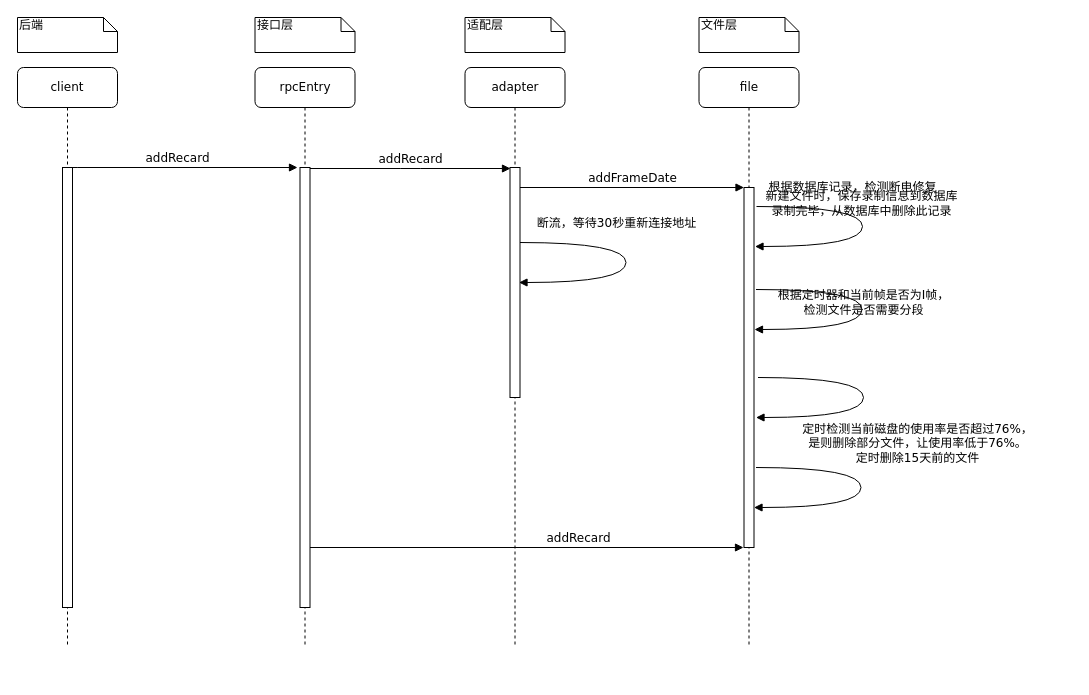
This is lookUpLessonSequenceDiagram.drawio from huangPeiLc/drawio, a draw.io file, before an edit. Source tidied: cells renumbered, new cells numbered last; positions are measured from the earlier drawing's top-left corner, leaving out a move shared by most shapes. Both pictures are drawn from the tidied source at 100%, with x=0, y=0 at pixel (17, 17).
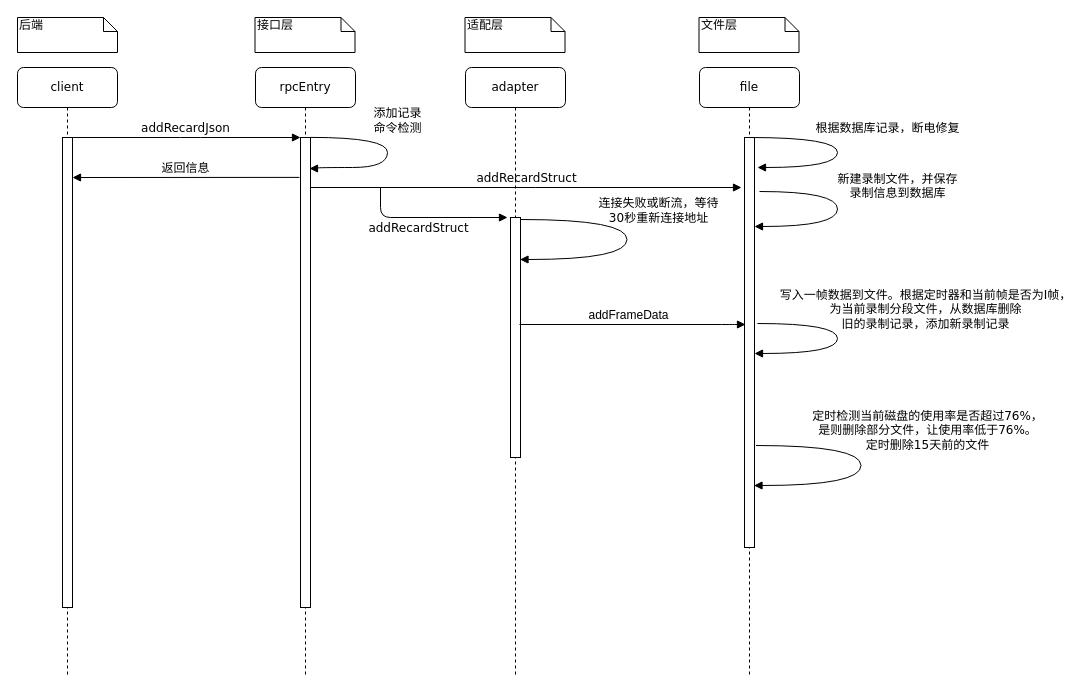
After the change.

What changed in the source:
```diff
@@
     <mxCell id="2" value="adapter" style="shape=umlLifeline;perimeter=lifelinePerimeter;whiteSpace=wrap;html=1;rounded=1;shadow=0;comic=0;labelBackgroundColor=none;strokeColor=#000000;strokeWidth=1;fillColor=#FFFFFF;fontFamily=Verdana;fontSize=12;fontColor=#000000;align=center;" parent="1" vertex="1">
-      <mxGeometry x="447.5" y="50" width="100" height="580" as="geometry" />
+      <mxGeometry x="448" y="50" width="100" height="610" as="geometry" />
     </mxCell>
     <mxCell id="3" style="html=1;points=[];perimeter=orthogonalPerimeter;rounded=0;shadow=0;comic=0;labelBackgroundColor=none;strokeColor=#000000;strokeWidth=1;fillColor=#FFFFFF;fontFamily=Verdana;fontSize=12;fontColor=#000000;align=center;" parent="2" vertex="1">
-      <mxGeometry x="45" y="100" width="10" height="230" as="geometry" />
+      <mxGeometry x="45" y="150" width="10" height="240" as="geometry" />
     </mxCell>
     <mxCell id="4" value="file" style="shape=umlLifeline;perimeter=lifelinePerimeter;whiteSpace=wrap;html=1;rounded=1;shadow=0;comic=0;labelBackgroundColor=none;strokeColor=#000000;strokeWidth=1;fillColor=#FFFFFF;fontFamily=Verdana;fontSize=12;fontColor=#000000;align=center;" parent="1" vertex="1">
-      <mxGeometry x="681.5" y="50" width="100" height="580" as="geometry" />
+      <mxGeometry x="682" y="50" width="100" height="610" as="geometry" />
     </mxCell>
     <mxCell id="5" style="html=1;points=[];perimeter=orthogonalPerimeter;rounded=0;shadow=0;comic=0;labelBackgroundColor=none;strokeColor=#000000;strokeWidth=1;fillColor=#FFFFFF;fontFamily=Verdana;fontSize=12;fontColor=#000000;align=center;" parent="4" vertex="1">
-      <mxGeometry x="45" y="120" width="10" height="360" as="geometry" />
+      <mxGeometry x="45" y="70" width="10" height="410" as="geometry" />
     </mxCell>
+    <mxCell id="19" value="&lt;div&gt;新建录制文件，并保存&lt;/div&gt;&lt;div&gt;录制信息到数据库&lt;/div&gt;&lt;div&gt;&lt;br&gt;&lt;/div&gt;" style="html=1;verticalAlign=bottom;endArrow=block;labelBackgroundColor=none;fontFamily=Verdana;fontSize=12;elbow=vertical;edgeStyle=orthogonalEdgeStyle;curved=1;exitX=1.5;exitY=0.11;exitDx=0;exitDy=0;exitPerimeter=0;" parent="4" edge="1">
+      <mxGeometry x="0.15" y="-61" relative="1" as="geometry">
+        <mxPoint x="60" y="124" as="sourcePoint" />
+        <mxPoint x="55" y="159" as="targetPoint" />
+        <Array as="points">
+          <mxPoint x="138" y="124" />
+          <mxPoint x="138" y="159" />
+        </Array>
+        <mxPoint x="60" y="52" as="offset" />
+      </mxGeometry>
+    </mxCell>
     <mxCell id="6" value="rpcEntry" style="shape=umlLifeline;perimeter=lifelinePerimeter;whiteSpace=wrap;html=1;rounded=1;shadow=0;comic=0;labelBackgroundColor=none;strokeColor=#000000;strokeWidth=1;fillColor=#FFFFFF;fontFamily=Verdana;fontSize=12;fontColor=#000000;align=center;" parent="1" vertex="1">
-      <mxGeometry x="237.5" y="50" width="100" height="580" as="geometry" />
+      <mxGeometry x="238" y="50" width="100" height="610" as="geometry" />
     </mxCell>
     <mxCell id="7" style="html=1;perimeter=orthogonalPerimeter;rounded=0;shadow=0;comic=0;labelBackgroundColor=none;strokeColor=#000000;strokeWidth=1;fillColor=#FFFFFF;fontFamily=Verdana;fontSize=12;fontColor=#000000;align=center;" parent="6" vertex="1">
-      <mxGeometry x="45" y="100" width="10" height="440" as="geometry" />
+      <mxGeometry x="45" y="70" width="10" height="470" as="geometry" />
     </mxCell>
-    <mxCell id="8" value="addRecard" style="html=1;verticalAlign=bottom;endArrow=block;labelBackgroundColor=none;fontFamily=Verdana;fontSize=12;entryX=-0.05;entryY=0.667;entryDx=0;entryDy=0;entryPerimeter=0;" parent="1" edge="1">
-      <mxGeometry x="0.23" relative="1" as="geometry">
-        <mxPoint x="292.5" y="530" as="sourcePoint" />
-        <mxPoint x="726" y="530" as="targetPoint" />
-        <mxPoint x="1" as="offset" />
-      </mxGeometry>
-    </mxCell>
-    <mxCell id="9" value="addRecard" style="html=1;verticalAlign=bottom;endArrow=block;entryX=0;entryY=0;labelBackgroundColor=none;fontFamily=Verdana;fontSize=12;edgeStyle=elbowEdgeStyle;elbow=vertical;" parent="1" edge="1">
+    <mxCell id="9" value="addRecardStruct" style="html=1;verticalAlign=bottom;endArrow=block;labelBackgroundColor=none;fontFamily=Verdana;fontSize=12;edgeStyle=elbowEdgeStyle;elbow=vertical;entryX=-0.25;entryY=0.149;entryDx=0;entryDy=0;entryPerimeter=0;" parent="1" edge="1">
       <mxGeometry relative="1" as="geometry">
-        <mxPoint x="292.5" y="151" as="sourcePoint" />
-        <mxPoint x="493" y="151" as="targetPoint" />
+        <mxPoint x="292.5" y="170" as="sourcePoint" />
+        <mxPoint x="724" y="170" as="targetPoint" />
       </mxGeometry>
     </mxCell>
-    <mxCell id="10" value="addFrameDate" style="html=1;verticalAlign=bottom;endArrow=block;entryX=0;entryY=0;labelBackgroundColor=none;fontFamily=Verdana;fontSize=12;edgeStyle=elbowEdgeStyle;elbow=vertical;" parent="1" edge="1" source="3" target="5">
-      <mxGeometry relative="1" as="geometry" />
-    </mxCell>
@@
     <mxCell id="14" value="client" style="shape=umlLifeline;perimeter=lifelinePerimeter;whiteSpace=wrap;html=1;rounded=1;shadow=0;comic=0;labelBackgroundColor=none;strokeColor=#000000;strokeWidth=1;fillColor=#FFFFFF;fontFamily=Verdana;fontSize=12;fontColor=#000000;align=center;" parent="1" vertex="1">
-      <mxGeometry y="50" width="100" height="580" as="geometry" />
+      <mxGeometry y="50" width="100" height="610" as="geometry" />
     </mxCell>
     <mxCell id="15" style="html=1;points=[];perimeter=orthogonalPerimeter;rounded=0;shadow=0;comic=0;labelBackgroundColor=none;strokeColor=#000000;strokeWidth=1;fillColor=#FFFFFF;fontFamily=Verdana;fontSize=12;fontColor=#000000;align=center;" parent="14" vertex="1">
-      <mxGeometry x="45" y="100" width="10" height="440" as="geometry" />
+      <mxGeometry x="45" y="70" width="10" height="470" as="geometry" />
     </mxCell>
@@
-    <mxCell id="17" value="addRecard" style="html=1;verticalAlign=bottom;endArrow=block;labelBackgroundColor=none;fontFamily=Verdana;fontSize=12;edgeStyle=elbowEdgeStyle;elbow=vertical;" parent="1" edge="1">
+    <mxCell id="17" value="addRecardJson" style="html=1;verticalAlign=bottom;endArrow=block;labelBackgroundColor=none;fontFamily=Verdana;fontSize=12;edgeStyle=elbowEdgeStyle;elbow=vertical;" parent="1" edge="1">
       <mxGeometry relative="1" as="geometry">
-        <mxPoint x="60" y="150" as="sourcePoint" />
-        <mxPoint x="280" y="150" as="targetPoint" />
+        <mxPoint x="52" y="120" as="sourcePoint" />
+        <mxPoint x="283" y="120" as="targetPoint" />
         <Array as="points">
-          <mxPoint x="50" y="150" />
+          <mxPoint x="173" y="120" />
         </Array>
       </mxGeometry>
     </mxCell>
-    <mxCell id="18" value="根据数据库记录，检测断电修复" style="html=1;verticalAlign=bottom;endArrow=block;labelBackgroundColor=none;fontFamily=Verdana;fontSize=12;elbow=vertical;edgeStyle=orthogonalEdgeStyle;curved=1;" parent="1" edge="1">
-      <mxGeometry x="-0.24" y="10" relative="1" as="geometry">
-        <mxPoint x="739" y="189" as="sourcePoint" />
-        <mxPoint x="737.5" y="229" as="targetPoint" />
+    <mxCell id="18" value="根据数据库记录，断电修复" style="html=1;verticalAlign=bottom;endArrow=block;labelBackgroundColor=none;fontFamily=Verdana;fontSize=12;elbow=vertical;edgeStyle=orthogonalEdgeStyle;curved=1;" parent="1" edge="1">
+      <mxGeometry x="-0.11" y="50" relative="1" as="geometry">
+        <mxPoint x="732" y="120" as="sourcePoint" />
+        <mxPoint x="740" y="150" as="targetPoint" />
         <Array as="points">
-          <mxPoint x="845" y="189" />
-          <mxPoint x="845" y="229" />
+          <mxPoint x="820" y="120" />
+          <mxPoint x="820" y="150" />
+          <mxPoint x="740" y="150" />
         </Array>
       </mxGeometry>
     </mxCell>
-    <mxCell id="19" value="&lt;div&gt;新建文件时，保存录制信息到数据库&lt;/div&gt;&lt;div&gt;录制完毕，从数据库中删除此记录&lt;br&gt;&lt;/div&gt;" style="html=1;verticalAlign=bottom;endArrow=block;labelBackgroundColor=none;fontFamily=Verdana;fontSize=12;elbow=vertical;edgeStyle=orthogonalEdgeStyle;curved=1;" parent="1" edge="1">
-      <mxGeometry x="-0.17" y="69" relative="1" as="geometry">
-        <mxPoint x="738.5" y="272" as="sourcePoint" />
-        <mxPoint x="737" y="312" as="targetPoint" />
-        <Array as="points">
-          <mxPoint x="844.5" y="272" />
-          <mxPoint x="844.5" y="312" />
-        </Array>
-      </mxGeometry>
-    </mxCell>
-    <mxCell id="20" value="&lt;div&gt;根据定时器和当前帧是否为I帧，&lt;/div&gt;&lt;div&gt;检测文件是否需要分段&lt;/div&gt;" style="html=1;verticalAlign=bottom;endArrow=block;labelBackgroundColor=none;fontFamily=Verdana;fontSize=12;elbow=vertical;edgeStyle=orthogonalEdgeStyle;curved=1;" parent="1" edge="1">
-      <mxGeometry x="-0.17" y="58" relative="1" as="geometry">
-        <mxPoint x="740.5" y="360" as="sourcePoint" />
-        <mxPoint x="738.5" y="400" as="targetPoint" />
+    <mxCell id="20" value="&lt;div&gt;写入一帧数据到文件。根据定时器和当前帧是否为I帧，&lt;/div&gt;&lt;div&gt;为当前录制分段文件，从数据库删除&lt;/div&gt;&lt;div&gt;旧的录制记录，添加新录制记录&lt;br&gt;&lt;/div&gt;" style="html=1;verticalAlign=bottom;endArrow=block;labelBackgroundColor=none;fontFamily=Verdana;fontSize=12;elbow=vertical;edgeStyle=orthogonalEdgeStyle;curved=1;" parent="1" edge="1">
+      <mxGeometry x="0.16" y="-92" relative="1" as="geometry">
+        <mxPoint x="740" y="306" as="sourcePoint" />
+        <mxPoint x="737" y="336" as="targetPoint" />
         <Array as="points">
-          <mxPoint x="846" y="360" />
-          <mxPoint x="846" y="400" />
+          <mxPoint x="820" y="306" />
+          <mxPoint x="820" y="336" />
         </Array>
+        <mxPoint x="90" y="72" as="offset" />
       </mxGeometry>
     </mxCell>
-    <mxCell id="21" value="断流，等待30秒重新连接地址" style="html=1;verticalAlign=bottom;endArrow=block;labelBackgroundColor=none;fontFamily=Verdana;fontSize=12;elbow=vertical;edgeStyle=orthogonalEdgeStyle;curved=1;" parent="1" edge="1">
-      <mxGeometry x="-0.24" y="10" relative="1" as="geometry">
-        <mxPoint x="502.5" y="225" as="sourcePoint" />
-        <mxPoint x="501.5" y="265" as="targetPoint" />
+    <mxCell id="21" value="&lt;div&gt;连接失败或断流，等待&lt;/div&gt;&lt;div&gt;30秒重新连接地址&lt;/div&gt;" style="html=1;verticalAlign=bottom;endArrow=block;labelBackgroundColor=none;fontFamily=Verdana;fontSize=12;elbow=vertical;edgeStyle=orthogonalEdgeStyle;curved=1;" parent="1" edge="1">
+      <mxGeometry x="-0.16" y="-32" relative="1" as="geometry">
+        <mxPoint x="503.5" y="202" as="sourcePoint" />
+        <mxPoint x="502.5" y="242" as="targetPoint" />
         <Array as="points">
-          <mxPoint x="608.5" y="225" />
-          <mxPoint x="608.5" y="265" />
+          <mxPoint x="609.5" y="202" />
+          <mxPoint x="609.5" y="242" />
         </Array>
+        <mxPoint x="63" y="8" as="offset" />
       </mxGeometry>
     </mxCell>
     <mxCell id="22" value="&lt;div&gt;定时检测当前磁盘的使用率是否超过76%，&lt;/div&gt;&lt;div&gt;是则删除部分文件，让使用率低于76%。&lt;/div&gt;&lt;div&gt;定时删除15天前的文件&lt;br&gt;&lt;/div&gt;" style="html=1;verticalAlign=bottom;endArrow=block;labelBackgroundColor=none;fontFamily=Verdana;fontSize=12;elbow=vertical;edgeStyle=orthogonalEdgeStyle;curved=1;" parent="1" edge="1">
-      <mxGeometry x="-0.17" y="56" relative="1" as="geometry">
-        <mxPoint x="738.5" y="450" as="sourcePoint" />
-        <mxPoint x="736.5" y="490" as="targetPoint" />
+      <mxGeometry x="-0.17" y="-67" relative="1" as="geometry">
+        <mxPoint x="738.5" y="428" as="sourcePoint" />
+        <mxPoint x="736.5" y="468" as="targetPoint" />
         <Array as="points">
-          <mxPoint x="843.5" y="450" />
-          <mxPoint x="843.5" y="490" />
+          <mxPoint x="843.5" y="428" />
+          <mxPoint x="843.5" y="468" />
         </Array>
+        <mxPoint x="133" y="9" as="offset" />
       </mxGeometry>
     </mxCell>
+    <mxCell id="23" value="addRecardStruct" style="html=1;verticalAlign=bottom;endArrow=block;labelBackgroundColor=none;fontFamily=Verdana;fontSize=12;edgeStyle=elbowEdgeStyle;elbow=vertical;" parent="1" edge="1">
+      <mxGeometry x="-0.14" y="-20" relative="1" as="geometry">
+        <mxPoint x="363" y="170" as="sourcePoint" />
+        <mxPoint x="490" y="200" as="targetPoint" />
+        <Array as="points">
+          <mxPoint x="420" y="200" />
+        </Array>
+      </mxGeometry>
+    </mxCell>
+    <mxCell id="24" style="html=1;verticalAlign=bottom;endArrow=block;labelBackgroundColor=none;fontFamily=Verdana;fontSize=12;edgeStyle=elbowEdgeStyle;elbow=vertical;" parent="1" edge="1">
+      <mxGeometry x="-0.14" y="-20" relative="1" as="geometry">
+        <mxPoint x="502" y="307" as="sourcePoint" />
+        <mxPoint x="728" y="307" as="targetPoint" />
+        <Array as="points">
+          <mxPoint x="714" y="307" />
+          <mxPoint x="664" y="310" />
+          <mxPoint x="694" y="317" />
+        </Array>
+      </mxGeometry>
+    </mxCell>
+    <mxCell id="25" value="addFrameData " style="text;html=1;align=center;verticalAlign=middle;labelBackgroundColor=#ffffff;" parent="24" vertex="1">
+      <mxGeometry x="0.88" y="-109" relative="1" as="geometry">
+        <mxPoint x="-104" y="-119" as="offset" />
+      </mxGeometry>
+    </mxCell>
+    <mxCell id="26" value="&lt;div&gt;添加记录&lt;/div&gt;&lt;div&gt;命令检测&lt;/div&gt;" style="html=1;verticalAlign=bottom;endArrow=block;labelBackgroundColor=none;fontFamily=Verdana;fontSize=12;elbow=vertical;edgeStyle=orthogonalEdgeStyle;curved=1;" parent="1" edge="1">
+      <mxGeometry x="-0.17" y="10" relative="1" as="geometry">
+        <mxPoint x="292.8" y="119.9" as="sourcePoint" />
+        <mxPoint x="292" y="151" as="targetPoint" />
+        <Array as="points">
+          <mxPoint x="370" y="120" />
+          <mxPoint x="370" y="150" />
+          <mxPoint x="300" y="150" />
+          <mxPoint x="300" y="151" />
+          <mxPoint x="292" y="151" />
+        </Array>
+      </mxGeometry>
+    </mxCell>
+    <mxCell id="27" value="返回信息" style="html=1;verticalAlign=bottom;endArrow=block;labelBackgroundColor=none;fontFamily=Verdana;fontSize=12;edgeStyle=elbowEdgeStyle;elbow=vertical;exitX=0.7;exitY=0.085;exitDx=0;exitDy=0;exitPerimeter=0;" parent="1" edge="1" target="15">
+      <mxGeometry relative="1" as="geometry">
+        <mxPoint x="282" y="159.9" as="sourcePoint" />
+        <Array as="points">
+          <mxPoint x="272" y="160" />
+        </Array>
+      </mxGeometry>
+    </mxCell>
```
